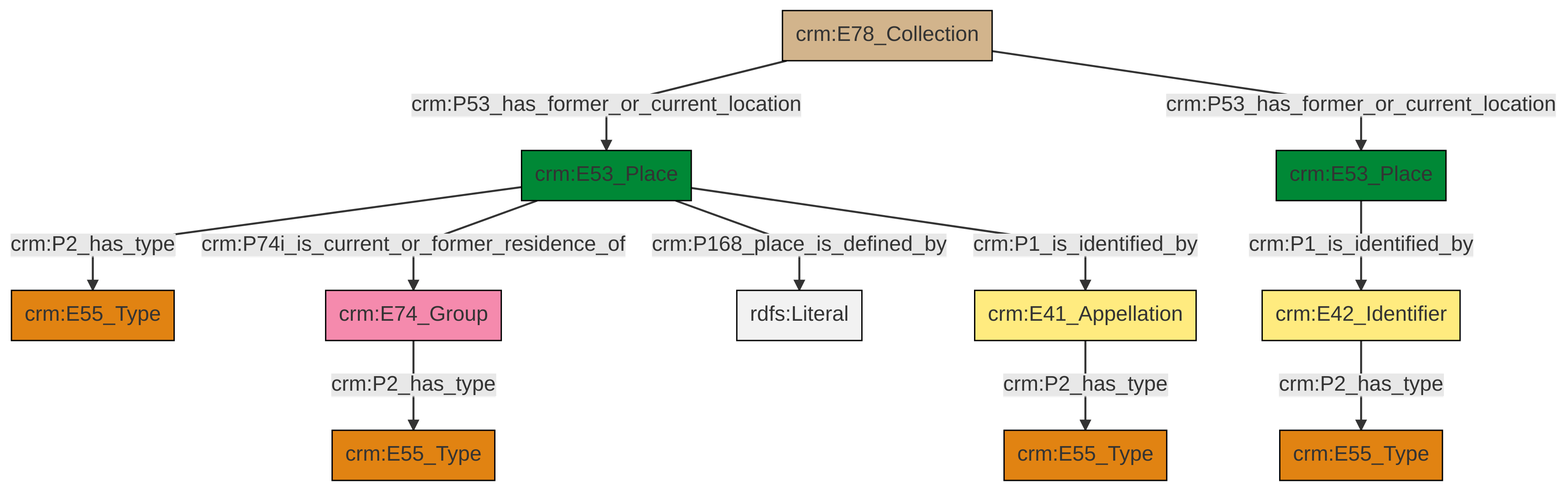
This is et/archivalCSV/ttl/mmd/png/archival_location.png from swiss-art-research-net/docs.swissartresearch, a Mermaid export, as it was before one commit. Its source is kept beside it as et/archivalCSV/ttl/mmd/archival_location.ttl.mmd.
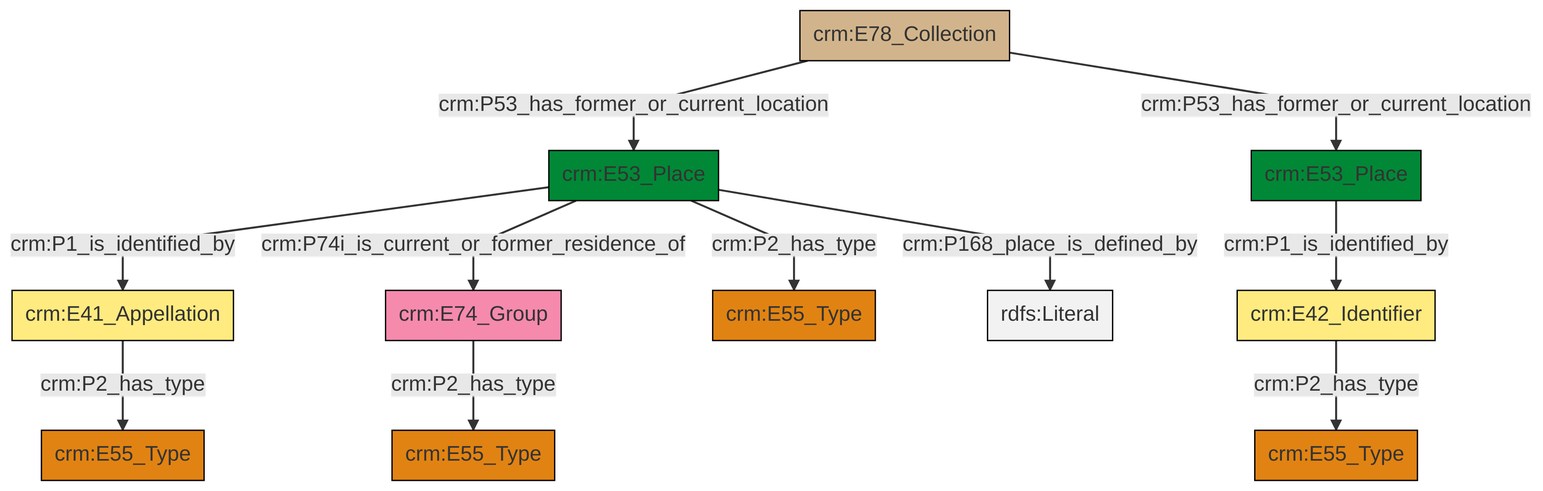
The same diagram one commit later.

The edit, as a diff of the source:
```diff
@@ -13,13 +13,13 @@
 classDef PC_Classes fill:#4ce600, stroke:#000000;
 classDef Multi fill:#cccccc,stroke:#000000;
 
-4["crm:E53_Place"]:::Place -->|crm:P2_has_type| 0["crm:E55_Type"]:::Type
-5["crm:E74_Group"]:::Actor -->|crm:P2_has_type| 6["crm:E55_Type"]:::Type
-7["crm:E78_Collection"]:::Physical_Thing -->|crm:P53_has_former_or_current_location| 4["crm:E53_Place"]:::Place
-10["crm:E53_Place"]:::Place -->|crm:P1_is_identified_by| 2["crm:E42_Identifier"]:::Appellation
-2["crm:E42_Identifier"]:::Appellation -->|crm:P2_has_type| 11["crm:E55_Type"]:::Type
-12["crm:E41_Appellation"]:::Appellation -->|crm:P2_has_type| 8["crm:E55_Type"]:::Type
-4["crm:E53_Place"]:::Place -->|crm:P74i_is_current_or_former_residence_of| 5["crm:E74_Group"]:::Actor
-4["crm:E53_Place"]:::Place -->|crm:P168_place_is_defined_by| 23[rdfs:Literal]:::Literal
-4["crm:E53_Place"]:::Place -->|crm:P1_is_identified_by| 12["crm:E41_Appellation"]:::Appellation
-7["crm:E78_Collection"]:::Physical_Thing -->|crm:P53_has_former_or_current_location| 10["crm:E53_Place"]:::Place
+0["crm:E53_Place"]:::Place -->|crm:P1_is_identified_by| 1["crm:E42_Identifier"]:::Appellation
+2["crm:E41_Appellation"]:::Appellation -->|crm:P2_has_type| 10["crm:E55_Type"]:::Type
+6["crm:E78_Collection"]:::Physical_Thing -->|crm:P53_has_former_or_current_location| 11["crm:E53_Place"]:::Place
+11["crm:E53_Place"]:::Place -->|crm:P1_is_identified_by| 2["crm:E41_Appellation"]:::Appellation
+11["crm:E53_Place"]:::Place -->|crm:P74i_is_current_or_former_residence_of| 12["crm:E74_Group"]:::Actor
+1["crm:E42_Identifier"]:::Appellation -->|crm:P2_has_type| 16["crm:E55_Type"]:::Type
+11["crm:E53_Place"]:::Place -->|crm:P2_has_type| 4["crm:E55_Type"]:::Type
+11["crm:E53_Place"]:::Place -->|crm:P168_place_is_defined_by| 19[rdfs:Literal]:::Literal
+12["crm:E74_Group"]:::Actor -->|crm:P2_has_type| 8["crm:E55_Type"]:::Type
+6["crm:E78_Collection"]:::Physical_Thing -->|crm:P53_has_former_or_current_location| 0["crm:E53_Place"]:::Place
```
